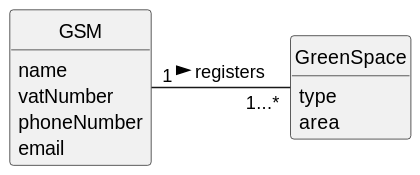
Earlier version of the PlantUML export docs/sprint3/us020/02.analysis/svg/us020-domain-model.svg (tiagosoa/lei-24-s2-1dgh-g073).
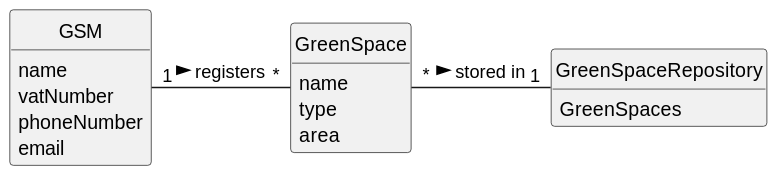
Above is the later version.

The edit, as a diff of the source:
```diff
@@ -19,10 +19,15 @@
 }
 
 class GreenSpace {
+    name
     type
     area
 }
 
+class GreenSpaceRepository {
+    GreenSpaces
+}
 
-GSM "1" - "1...*" GreenSpace: registers >
+GSM "1" - "*" GreenSpace: registers >
+GreenSpace "*" - "1" GreenSpaceRepository: stored in >
 @enduml
```
